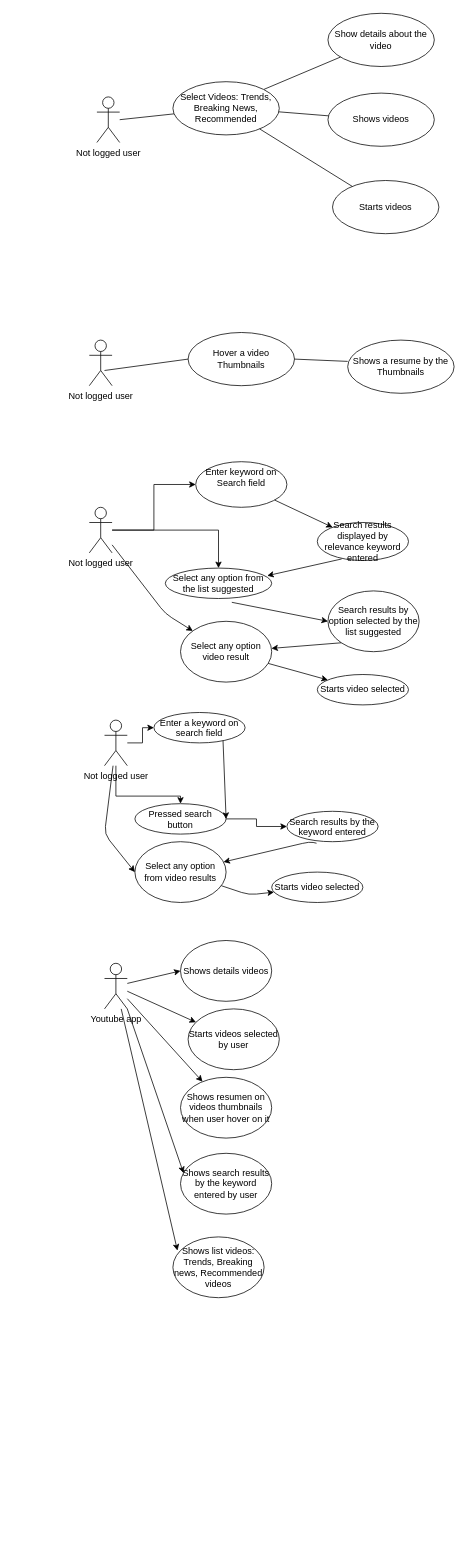
Earlier version of the draw.io diagram page "Main" (1 of 3) of Untitled Diagram.drawio (Veronica1187/Equipo2_SeleniumProject). Source tidied: cells renumbered, new cells numbered last; positions are measured from the earlier drawing's top-left corner, leaving out a move shared by most shapes. Both pictures are drawn from the tidied source at 76%, with x=0, y=0 at pixel (89, 13).
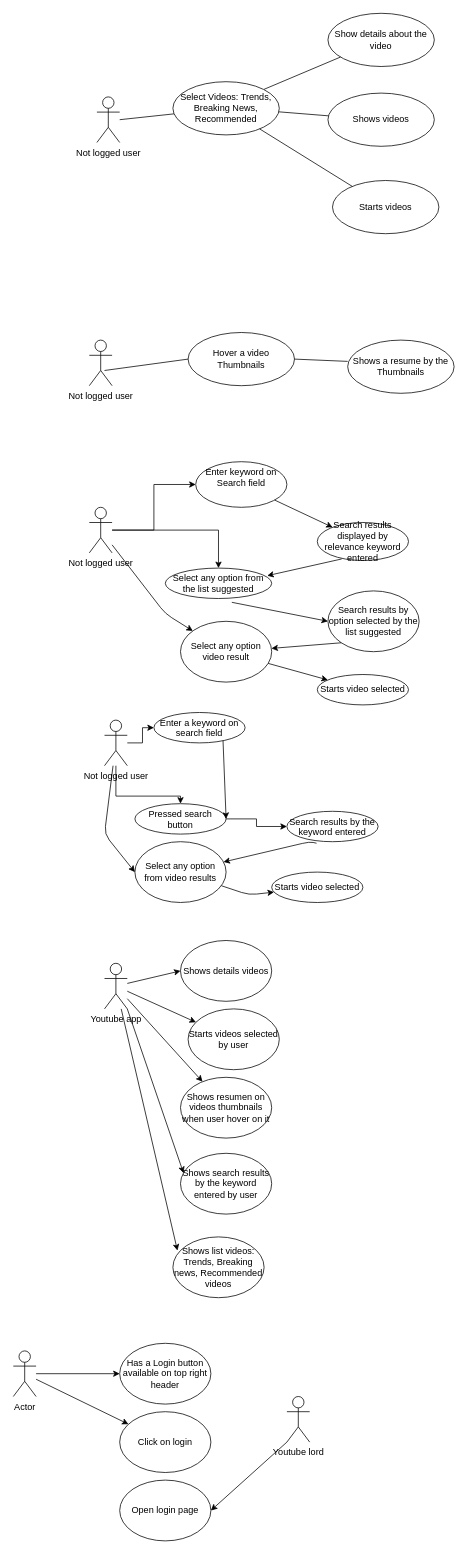
Above is the later version.

The edit, as a diff of the source:
```diff
@@
+    <mxCell id="55" value="Actor" style="shape=umlActor;verticalLabelPosition=bottom;verticalAlign=top;html=1;outlineConnect=0;" parent="1" vertex="1">
+      <mxGeometry x="-100" y="1760" width="30" height="60" as="geometry" />
+    </mxCell>
@@
+    <mxCell id="56" value="Has&amp;nbsp;a Login button available on top right header" style="ellipse;whiteSpace=wrap;html=1;" parent="1" vertex="1">
+      <mxGeometry x="40" y="1750" width="120" height="80" as="geometry" />
+    </mxCell>
@@
+    <mxCell id="57" style="endArrow=classic;html=1;entryX=0;entryY=0.5;entryDx=0;entryDy=0;" parent="1" edge="1" source="55" target="56">
+      <mxGeometry relative="1" as="geometry" />
+    </mxCell>
@@
+    <mxCell id="58" style="endArrow=classic;html=1;" parent="1" edge="1" source="55" target="59">
+      <mxGeometry relative="1" as="geometry" />
+    </mxCell>
@@
+    <mxCell id="59" value="Click on login" style="ellipse;whiteSpace=wrap;html=1;" parent="1" vertex="1">
+      <mxGeometry x="40" y="1840" width="120" height="80" as="geometry" />
+    </mxCell>
@@
+    <mxCell id="60" value="Youtube lord" style="shape=umlActor;verticalLabelPosition=bottom;verticalAlign=top;html=1;outlineConnect=0;" parent="1" vertex="1">
+      <mxGeometry x="260" y="1820" width="30" height="60" as="geometry" />
+    </mxCell>
@@
+    <mxCell id="61" value="Open login page" style="ellipse;whiteSpace=wrap;html=1;" parent="1" vertex="1">
+      <mxGeometry x="40" y="1930" width="120" height="80" as="geometry" />
+    </mxCell>
@@
+    <mxCell id="62" style="endArrow=classic;html=1;exitX=0;exitY=1;exitDx=0;exitDy=0;exitPerimeter=0;entryX=1;entryY=0.5;entryDx=0;entryDy=0;" parent="1" edge="1" source="60" target="61">
+      <mxGeometry relative="1" as="geometry" />
+    </mxCell>
```
